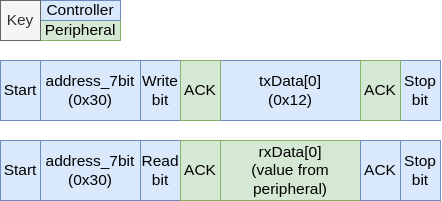
Before: docs/modules/peripherals/images/I2C_Controller_Transfer.png, a diagram exported from draw.io (AdamVeazey/edf). Source tidied: cells renumbered, new cells last; positions are measured from the earlier drawing's top-left corner, leaving out a move shared by most shapes.
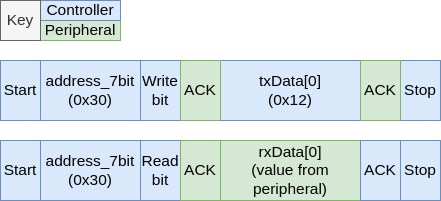
Later version of the same file.

Commit message:
Update images to not say 'stop bit' but just 'stop' instead

Diff of the diagram source:
```diff
@@ -8,7 +8,7 @@
     <mxCell id="3" value="rxData[0]&lt;div style=&quot;font-size: 15.5px;&quot;&gt;(value from peripheral)&lt;/div&gt;" style="rounded=0;whiteSpace=wrap;html=1;fillColor=#d5e8d4;strokeColor=#82b366;fontSize=15.5;" parent="1" vertex="1">
       <mxGeometry x="220" y="140" width="140" height="60" as="geometry" />
     </mxCell>
-    <mxCell id="4" value="Stop&lt;br style=&quot;font-size: 15.5px;&quot;&gt;bit" style="rounded=0;whiteSpace=wrap;html=1;fontSize=15.5;fillColor=#dae8fc;strokeColor=#6c8ebf;" parent="1" vertex="1">
+    <mxCell id="4" value="Stop" style="rounded=0;whiteSpace=wrap;html=1;fontSize=15.5;fillColor=#dae8fc;strokeColor=#6c8ebf;" parent="1" vertex="1">
       <mxGeometry x="400" y="60" width="40" height="60" as="geometry" />
     </mxCell>
     <mxCell id="5" value="Peripheral" style="rounded=0;whiteSpace=wrap;html=1;fillColor=#d5e8d4;strokeColor=#82b366;fontSize=15.5;fontFamily=Helvetica;labelBorderColor=none;" parent="1" vertex="1">
@@ -50,7 +50,7 @@
     <mxCell id="17" value="ACK" style="rounded=0;whiteSpace=wrap;html=1;fontSize=15.5;fillColor=#dae8fc;strokeColor=#6c8ebf;fontFamily=Helvetica;labelBorderColor=none;" parent="1" vertex="1">
       <mxGeometry x="360" y="140" width="40" height="60" as="geometry" />
     </mxCell>
-    <mxCell id="18" value="Stop&lt;br style=&quot;font-size: 15.5px;&quot;&gt;bit" style="rounded=0;whiteSpace=wrap;html=1;fontSize=15.5;fillColor=#dae8fc;strokeColor=#6c8ebf;" parent="1" vertex="1">
+    <mxCell id="18" value="Stop" style="rounded=0;whiteSpace=wrap;html=1;fontSize=15.5;fillColor=#dae8fc;strokeColor=#6c8ebf;" parent="1" vertex="1">
       <mxGeometry x="400" y="140" width="40" height="60" as="geometry" />
     </mxCell>
   </root>
```
